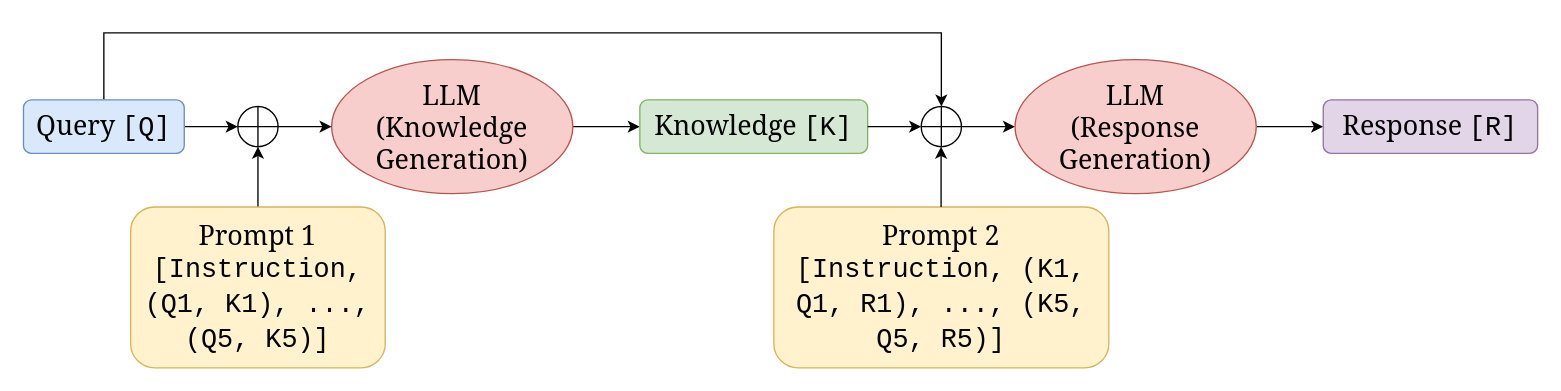
Above: figs/know_gen.drawio in AmourWaltz/FactDial (draw.io), before the change. Source tidied: cells renumbered, new cells numbered last; positions are measured from the earlier drawing's top-left corner, leaving out a move shared by most shapes. Both pictures are drawn from the tidied source at 134%, with x=0, y=0 at pixel (23, 32).
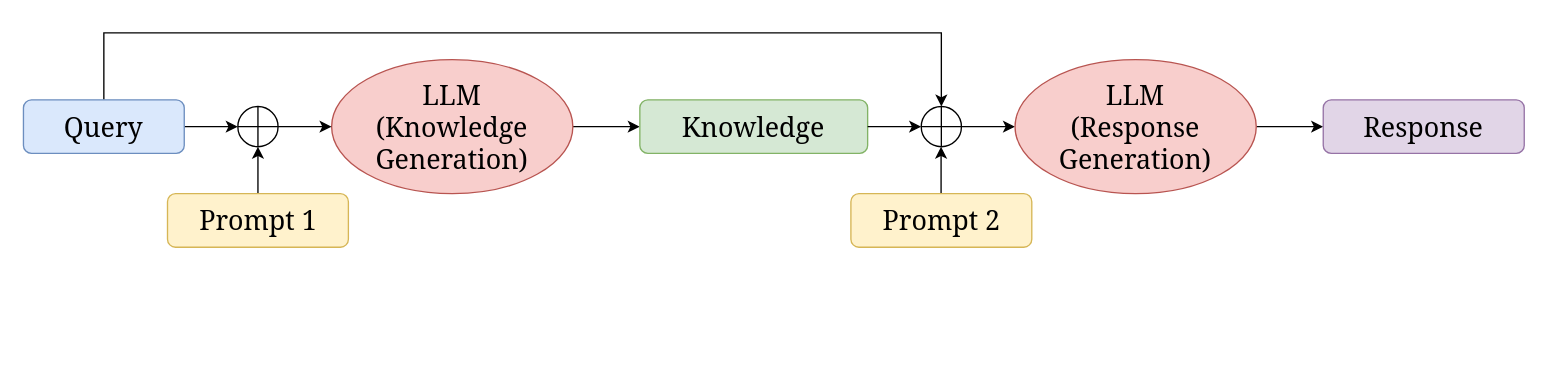
The same diagram, later.

Diff of the diagram source:
```diff
@@
-    <mxCell id="4" value="&lt;font style=&quot;font-size: 20px;&quot; face=&quot;Georgia&quot;&gt;Query &lt;/font&gt;&lt;font face=&quot;Courier New&quot; style=&quot;font-size: 20px;&quot;&gt;[Q]&lt;/font&gt;" style="rounded=1;whiteSpace=wrap;html=1;fillColor=#dae8fc;strokeColor=#6c8ebf;" parent="1" vertex="1">
+    <mxCell id="4" value="&lt;font style=&quot;font-size: 20px;&quot; face=&quot;Georgia&quot;&gt;Query&lt;/font&gt;" style="rounded=1;whiteSpace=wrap;html=1;fillColor=#dae8fc;strokeColor=#6c8ebf;" parent="1" vertex="1">
       <mxGeometry y="50" width="120" height="40" as="geometry" />
     </mxCell>
@@
-    <mxCell id="10" value="&lt;font style=&quot;font-size: 20px;&quot;&gt;&lt;font face=&quot;Georgia&quot;&gt;Prompt 1&lt;/font&gt;&lt;br&gt;&lt;font face=&quot;Courier New&quot;&gt;[Instruction, (Q1, K1), ..., (Q5, K5)]&lt;/font&gt;&lt;br&gt;&lt;/font&gt;" style="rounded=1;whiteSpace=wrap;html=1;fillColor=#fff2cc;strokeColor=#d6b656;" parent="1" vertex="1">
-      <mxGeometry x="80" y="130" width="190" height="120" as="geometry" />
+    <mxCell id="10" value="&lt;font style=&quot;font-size: 20px;&quot;&gt;&lt;font face=&quot;Georgia&quot;&gt;Prompt 1&lt;/font&gt;&lt;br&gt;&lt;/font&gt;" style="rounded=1;whiteSpace=wrap;html=1;fillColor=#fff2cc;strokeColor=#d6b656;" parent="1" vertex="1">
+      <mxGeometry x="107.5" y="120" width="135" height="40" as="geometry" />
     </mxCell>
-    <mxCell id="11" value="&lt;font style=&quot;font-size: 20px;&quot; face=&quot;Georgia&quot;&gt;Knowledge &lt;/font&gt;&lt;font face=&quot;Courier New&quot; style=&quot;font-size: 20px;&quot;&gt;[K]&lt;/font&gt;" style="rounded=1;whiteSpace=wrap;html=1;fillColor=#d5e8d4;strokeColor=#82b366;" parent="1" vertex="1">
+    <mxCell id="11" value="&lt;font style=&quot;font-size: 20px;&quot; face=&quot;Georgia&quot;&gt;Knowledge&lt;/font&gt;" style="rounded=1;whiteSpace=wrap;html=1;fillColor=#d5e8d4;strokeColor=#82b366;" parent="1" vertex="1">
       <mxGeometry x="460" y="50" width="170" height="40" as="geometry" />
     </mxCell>
@@
-    <mxCell id="17" value="&lt;font style=&quot;font-size: 20px;&quot;&gt;&lt;font face=&quot;Georgia&quot;&gt;Prompt 2&lt;/font&gt;&lt;br&gt;&lt;font face=&quot;Courier New&quot;&gt;[Instruction, (K1, Q1, R1), ..., (K5, Q5, R5)]&lt;/font&gt;&lt;br&gt;&lt;/font&gt;" style="rounded=1;whiteSpace=wrap;html=1;fillColor=#fff2cc;strokeColor=#d6b656;" parent="1" vertex="1">
-      <mxGeometry x="560" y="130" width="250" height="120" as="geometry" />
-    </mxCell>
@@
-    <mxCell id="19" value="&lt;font style=&quot;font-size: 20px;&quot; face=&quot;Georgia&quot;&gt;Response&amp;nbsp;&lt;/font&gt;&lt;font face=&quot;Courier New&quot; style=&quot;font-size: 20px;&quot;&gt;[R]&lt;/font&gt;" style="rounded=1;whiteSpace=wrap;html=1;fillColor=#e1d5e7;strokeColor=#9673a6;" parent="1" vertex="1">
-      <mxGeometry x="970" y="50" width="160" height="40" as="geometry" />
+    <mxCell id="19" value="&lt;font style=&quot;font-size: 20px;&quot; face=&quot;Georgia&quot;&gt;Response&lt;/font&gt;" style="rounded=1;whiteSpace=wrap;html=1;fillColor=#e1d5e7;strokeColor=#9673a6;" parent="1" vertex="1">
+      <mxGeometry x="970" y="50" width="150" height="40" as="geometry" />
     </mxCell>
+    <mxCell id="20" value="&lt;font style=&quot;font-size: 20px;&quot;&gt;&lt;font face=&quot;Georgia&quot;&gt;Prompt 2&lt;/font&gt;&lt;br&gt;&lt;/font&gt;" style="rounded=1;whiteSpace=wrap;html=1;fillColor=#fff2cc;strokeColor=#d6b656;" parent="1" vertex="1">
+      <mxGeometry x="617.5" y="120" width="135" height="40" as="geometry" />
+    </mxCell>
```
